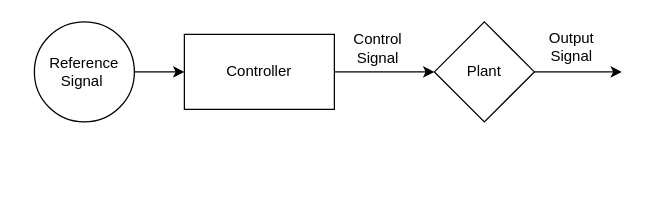
This is docs/Untitled Diagram.drawio from llama887/preference_learning, a draw.io file, before an edit. Source tidied: cells renumbered, new cells numbered last; positions are measured from the earlier drawing's top-left corner, leaving out a move shared by most shapes. Both pictures are drawn from the tidied source at 125%, with x=0, y=0 at pixel (34, 21).
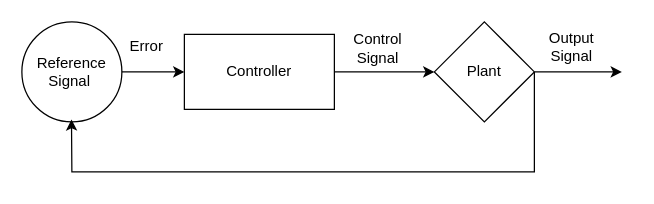
The same page after the edit.

Change to the diagram source:
```diff
@@
 <mxGraphModel>
   <root>
     <mxCell id="0" />
     <mxCell id="1" parent="0" />
     <mxCell id="2" value="Controller" style="rounded=0;whiteSpace=wrap;html=1;" parent="1" vertex="1">
       <mxGeometry x="120" y="10" width="120" height="60" as="geometry" />
     </mxCell>
     <mxCell id="3" value="Reference Signal&amp;nbsp;" style="ellipse;whiteSpace=wrap;html=1;" parent="1" vertex="1">
-      <mxGeometry width="80" height="80" as="geometry" />
+      <mxGeometry x="-10" width="80" height="80" as="geometry" />
     </mxCell>
-    <mxCell id="4" style="endArrow=classic;html=1;rounded=0;entryX=0;entryY=0.5;entryDx=0;entryDy=0;" parent="1" edge="1" target="2">
-      <mxGeometry relative="1" as="geometry">
-        <mxPoint x="80" y="40" as="sourcePoint" />
-      </mxGeometry>
+    <mxCell id="4" style="endArrow=classic;html=1;rounded=0;entryX=0;entryY=0.5;entryDx=0;entryDy=0;exitX=1;exitY=0.5;exitDx=0;exitDy=0;" parent="1" edge="1" source="3" target="2">
+      <mxGeometry relative="1" as="geometry" />
     </mxCell>
     <mxCell id="5" value="Plant" style="rhombus;whiteSpace=wrap;html=1;" parent="1" vertex="1">
       <mxGeometry x="320" width="80" height="80" as="geometry" />
     </mxCell>
     <mxCell id="6" style="endArrow=classic;html=1;rounded=0;exitX=1;exitY=0.5;exitDx=0;exitDy=0;entryX=0;entryY=0.5;entryDx=0;entryDy=0;" parent="1" edge="1" source="2" target="5">
       <mxGeometry relative="1" as="geometry" />
     </mxCell>
     <mxCell id="7" style="endArrow=classic;html=1;rounded=0;exitX=1;exitY=0.5;exitDx=0;exitDy=0;" parent="1" edge="1" source="5">
       <mxGeometry relative="1" as="geometry">
         <mxPoint x="470" y="40" as="targetPoint" />
       </mxGeometry>
     </mxCell>
     <mxCell id="8" value="Control Signal" style="text;html=1;align=center;verticalAlign=middle;whiteSpace=wrap;rounded=0;" parent="1" vertex="1">
       <mxGeometry x="260" y="20" width="30" as="geometry" />
     </mxCell>
     <mxCell id="9" value="Output Signal" style="text;html=1;align=center;verticalAlign=middle;whiteSpace=wrap;rounded=0;" parent="1" vertex="1">
       <mxGeometry x="400" y="5" width="60" height="30" as="geometry" />
     </mxCell>
+    <mxCell id="10" style="endArrow=classic;html=1;rounded=0;exitX=1;exitY=0.5;exitDx=0;exitDy=0;entryX=0.496;entryY=0.975;entryDx=0;entryDy=0;entryPerimeter=0;" parent="1" edge="1" source="5" target="3">
+      <mxGeometry relative="1" as="geometry">
+        <Array as="points">
+          <mxPoint x="400" y="120" />
+          <mxPoint x="30" y="120" />
+        </Array>
+      </mxGeometry>
+    </mxCell>
+    <mxCell id="11" value="Error" style="text;html=1;align=center;verticalAlign=middle;whiteSpace=wrap;rounded=0;" parent="1" vertex="1">
+      <mxGeometry x="60" y="5" width="60" height="30" as="geometry" />
+    </mxCell>
   </root>
 </mxGraphModel>
```
